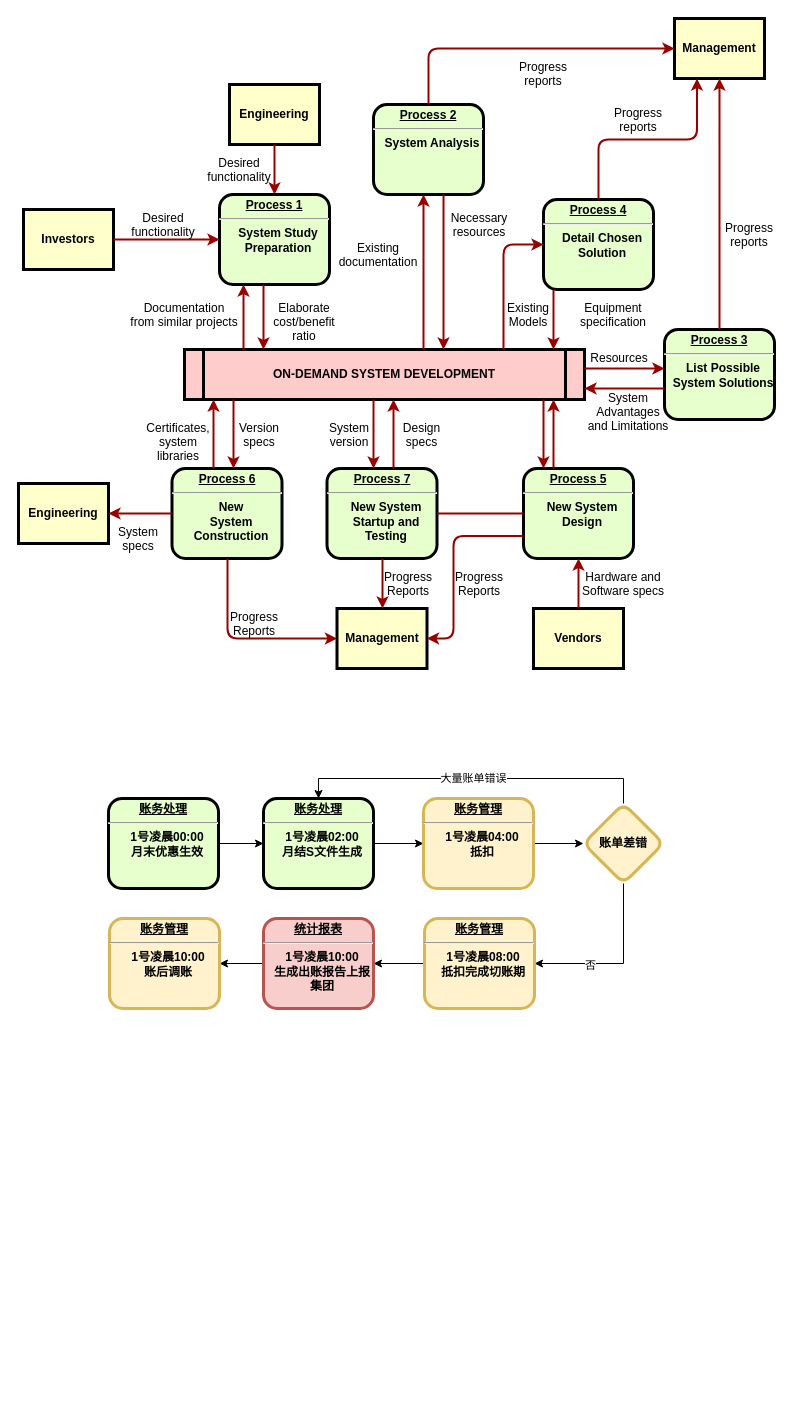
Above: 重出账.drawio in 315944211/doc (draw.io), before the change. Source tidied: cells renumbered, new cells numbered last; positions are measured from the earlier drawing's top-left corner, leaving out a move shared by most shapes. Both pictures are drawn from the tidied source at 100%, with x=0, y=0 at pixel (18, 18).
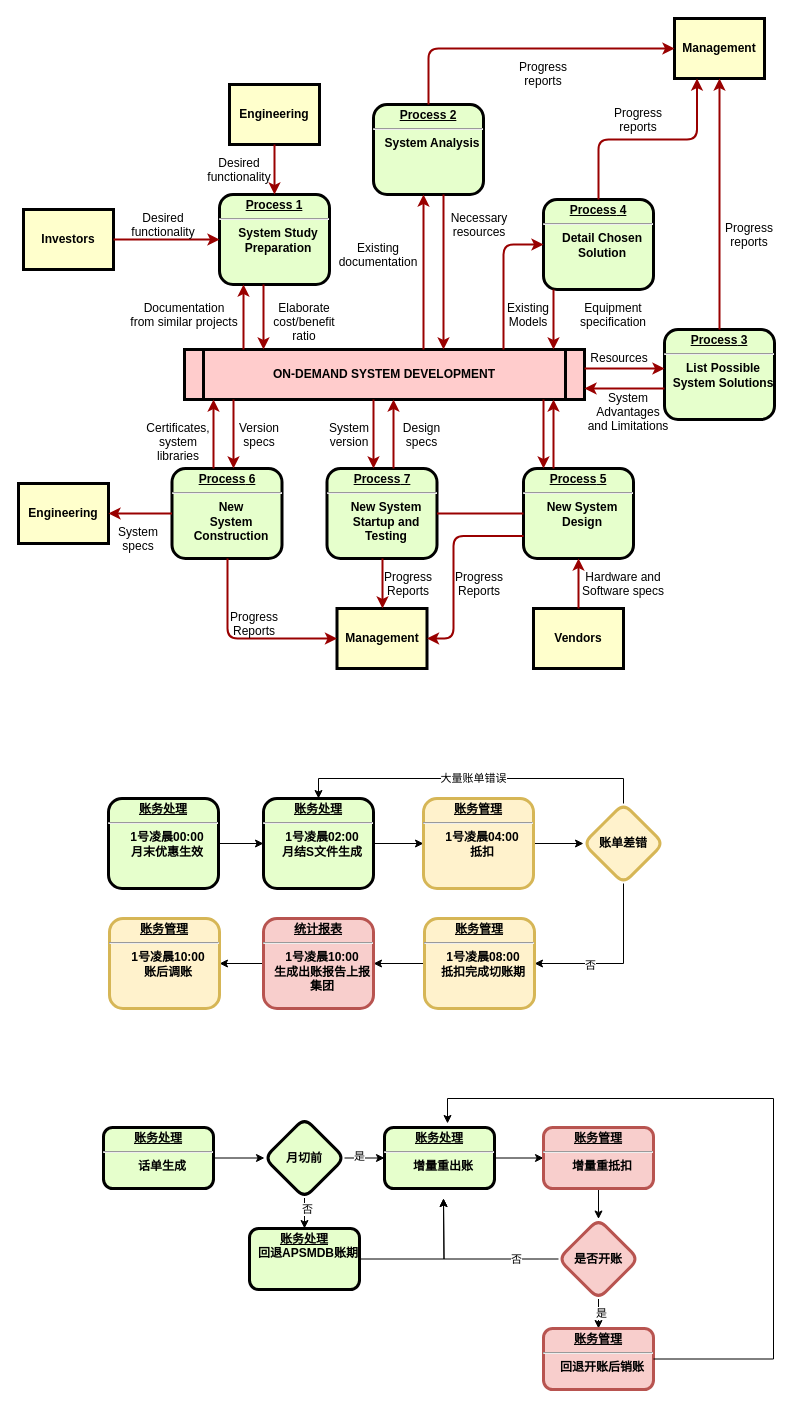
Above is the later version.

Commit message:
更新重出账.drawio

Diff of the diagram source:
```diff
@@
+    <mxCell id="78" style="edgeStyle=orthogonalEdgeStyle;rounded=0;jettySize=auto;html=1;" parent="1" edge="1" source="79" target="84">
+      <mxGeometry relative="1" as="geometry" />
+    </mxCell>
+    <mxCell id="79" value="&lt;p style=&quot;margin: 0px; margin-top: 4px; text-align: center; text-decoration: underline;&quot;&gt;账务处理&lt;/p&gt;&lt;hr&gt;&lt;p style=&quot;margin: 0px; margin-left: 8px;&quot;&gt;话单生成&lt;/p&gt;" style="verticalAlign=middle;align=center;overflow=fill;fontSize=12;fontFamily=Helvetica;html=1;rounded=1;fontStyle=1;strokeWidth=3;fillColor=#E6FFCC;" parent="1" vertex="1">
+      <mxGeometry x="85" y="1109" width="110" height="61" as="geometry" />
+    </mxCell>
+    <mxCell id="80" style="edgeStyle=orthogonalEdgeStyle;rounded=0;jettySize=auto;html=1;" parent="1" edge="1" source="84" target="86">
+      <mxGeometry relative="1" as="geometry" />
+    </mxCell>
+    <mxCell id="81" value="是" style="edgeLabel;html=1;align=center;verticalAlign=middle;" parent="80" vertex="1">
+      <mxGeometry x="-0.3" y="3" relative="1" as="geometry">
+        <mxPoint y="1" as="offset" />
+      </mxGeometry>
+    </mxCell>
+    <mxCell id="82" style="edgeStyle=orthogonalEdgeStyle;rounded=0;jettySize=auto;html=1;" parent="1" edge="1" source="84" target="88">
+      <mxGeometry relative="1" as="geometry" />
+    </mxCell>
+    <mxCell id="83" value="否" style="edgeLabel;html=1;align=center;verticalAlign=middle;" parent="82" vertex="1">
+      <mxGeometry x="0.19" y="2" relative="1" as="geometry">
+        <mxPoint x="4" as="offset" />
+      </mxGeometry>
+    </mxCell>
+    <mxCell id="84" value="月切前" style="rhombus;whiteSpace=wrap;html=1;fillColor=#E6FFCC;rounded=1;fontStyle=1;strokeWidth=3;" parent="1" vertex="1">
+      <mxGeometry x="246" y="1099.5" width="80" height="80" as="geometry" />
+    </mxCell>
+    <mxCell id="85" style="edgeStyle=orthogonalEdgeStyle;rounded=0;jettySize=auto;html=1;" parent="1" edge="1" source="86" target="90">
+      <mxGeometry relative="1" as="geometry" />
+    </mxCell>
+    <mxCell id="86" value="&lt;p style=&quot;margin: 0px; margin-top: 4px; text-align: center; text-decoration: underline;&quot;&gt;账务处理&lt;/p&gt;&lt;hr&gt;&lt;p style=&quot;margin: 0px; margin-left: 8px;&quot;&gt;增量重出账&lt;/p&gt;" style="verticalAlign=middle;align=center;overflow=fill;fontSize=12;fontFamily=Helvetica;html=1;rounded=1;fontStyle=1;strokeWidth=3;fillColor=#E6FFCC;" parent="1" vertex="1">
+      <mxGeometry x="366" y="1109" width="110" height="61" as="geometry" />
+    </mxCell>
+    <mxCell id="87" style="edgeStyle=orthogonalEdgeStyle;rounded=0;jettySize=auto;html=1;" parent="1" edge="1" source="88">
+      <mxGeometry relative="1" as="geometry">
+        <mxPoint x="425" y="1180" as="targetPoint" />
+      </mxGeometry>
+    </mxCell>
+    <mxCell id="88" value="&lt;p style=&quot;margin: 0px; margin-top: 4px; text-align: center; text-decoration: underline;&quot;&gt;账务处理&lt;/p&gt;&lt;p style=&quot;margin: 0px; margin-left: 8px;&quot;&gt;回退APSMDB账期&lt;/p&gt;" style="verticalAlign=middle;align=center;overflow=fill;fontSize=12;fontFamily=Helvetica;html=1;rounded=1;fontStyle=1;strokeWidth=3;fillColor=#E6FFCC;" parent="1" vertex="1">
+      <mxGeometry x="231" y="1210" width="110" height="61" as="geometry" />
+    </mxCell>
+    <mxCell id="89" style="edgeStyle=orthogonalEdgeStyle;rounded=0;jettySize=auto;html=1;" parent="1" edge="1" source="90" target="95">
+      <mxGeometry relative="1" as="geometry" />
+    </mxCell>
+    <mxCell id="90" value="&lt;p style=&quot;margin: 0px; margin-top: 4px; text-align: center; text-decoration: underline;&quot;&gt;账务管理&lt;/p&gt;&lt;hr&gt;&lt;p style=&quot;margin: 0px; margin-left: 8px;&quot;&gt;增量重抵扣&lt;/p&gt;" style="verticalAlign=middle;align=center;overflow=fill;fontSize=12;fontFamily=Helvetica;html=1;rounded=1;fontStyle=1;strokeWidth=3;fillColor=#f8cecc;strokeColor=#b85450;" parent="1" vertex="1">
+      <mxGeometry x="525" y="1109" width="110" height="61" as="geometry" />
+    </mxCell>
+    <mxCell id="91" style="edgeStyle=orthogonalEdgeStyle;rounded=0;jettySize=auto;html=1;" parent="1" edge="1" source="95">
+      <mxGeometry relative="1" as="geometry">
+        <mxPoint x="425" y="1180" as="targetPoint" />
+      </mxGeometry>
+    </mxCell>
+    <mxCell id="92" value="否" style="edgeLabel;html=1;align=center;verticalAlign=middle;" parent="91" vertex="1">
+      <mxGeometry x="-0.51" relative="1" as="geometry" />
+    </mxCell>
+    <mxCell id="93" style="edgeStyle=orthogonalEdgeStyle;rounded=0;jettySize=auto;html=1;" parent="1" edge="1" source="95" target="96">
+      <mxGeometry relative="1" as="geometry" />
+    </mxCell>
+    <mxCell id="94" value="是" style="edgeLabel;html=1;align=center;verticalAlign=middle;" parent="93" vertex="1">
+      <mxGeometry x="0.33" y="2" relative="1" as="geometry">
+        <mxPoint y="1" as="offset" />
+      </mxGeometry>
+    </mxCell>
+    <mxCell id="95" value="是否开账" style="rhombus;whiteSpace=wrap;html=1;fillColor=#f8cecc;rounded=1;fontStyle=1;strokeWidth=3;strokeColor=#b85450;" parent="1" vertex="1">
+      <mxGeometry x="540" y="1200.5" width="80" height="80" as="geometry" />
+    </mxCell>
+    <mxCell id="96" value="&lt;p style=&quot;margin: 0px; margin-top: 4px; text-align: center; text-decoration: underline;&quot;&gt;账务管理&lt;/p&gt;&lt;hr&gt;&lt;p style=&quot;margin: 0px; margin-left: 8px;&quot;&gt;回退开账后销账&lt;/p&gt;" style="verticalAlign=middle;align=center;overflow=fill;fontSize=12;fontFamily=Helvetica;html=1;rounded=1;fontStyle=1;strokeWidth=3;fillColor=#f8cecc;strokeColor=#b85450;" parent="1" vertex="1">
+      <mxGeometry x="525" y="1310" width="110" height="61" as="geometry" />
+    </mxCell>
+    <mxCell id="97" style="edgeStyle=orthogonalEdgeStyle;rounded=0;jettySize=auto;html=1;entryX=0.573;entryY=-0.066;entryDx=0;entryDy=0;entryPerimeter=0;" parent="1" edge="1" source="96" target="86">
+      <mxGeometry relative="1" as="geometry">
+        <Array as="points">
+          <mxPoint x="755" y="1341" />
+          <mxPoint x="755" y="1080" />
+          <mxPoint x="429" y="1080" />
+        </Array>
+      </mxGeometry>
+    </mxCell>
```
